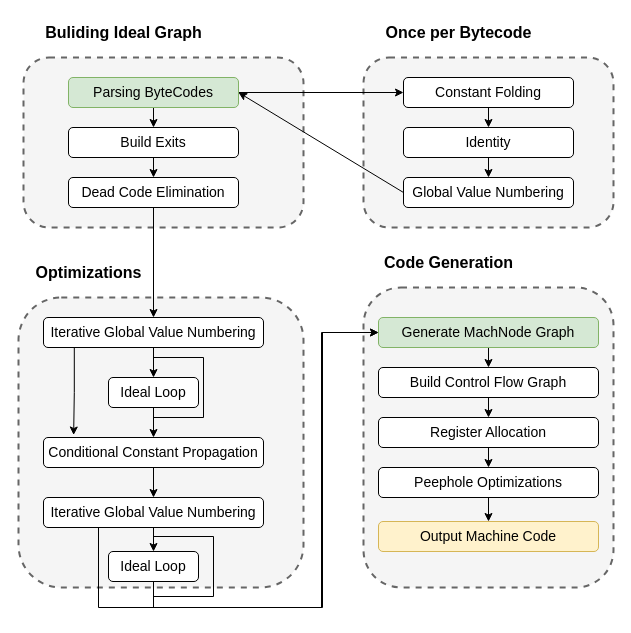
f123888/Draw.IO keeps this draw.io diagram as C2Structure.drawio. Above is the earlier version. Source tidied: cells renumbered, new cells numbered last; positions are measured from the earlier drawing's top-left corner, leaving out a move shared by most shapes. Both pictures are drawn from the tidied source at 100%, with x=0, y=0 at pixel (18, 17).
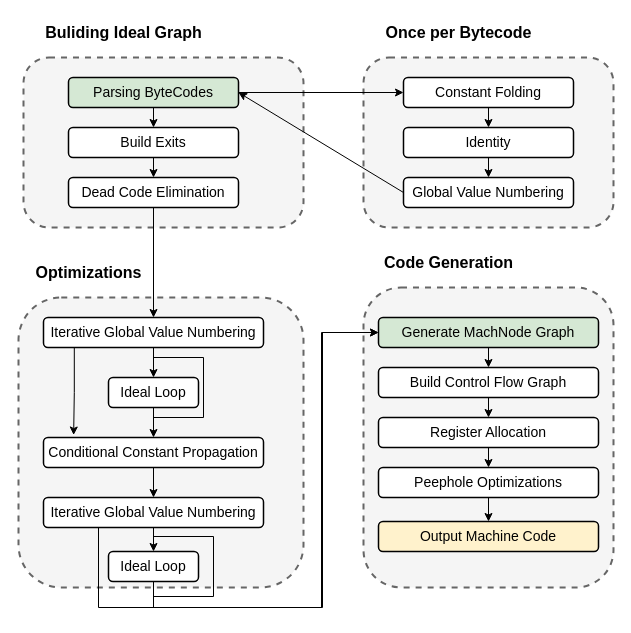
The same page after the edit.

What changed in the source:
```diff
@@
-    <mxCell id="8" value="&lt;font style=&quot;font-size: 14px;&quot;&gt;Parsing ByteCodes&lt;/font&gt;" style="rounded=1;whiteSpace=wrap;html=1;perimeterSpacing=0;glass=0;shadow=0;fillColor=#d5e8d4;strokeColor=#82b366;" parent="1" vertex="1">
+    <mxCell id="8" value="&lt;font style=&quot;font-size: 14px;&quot;&gt;Parsing ByteCodes&lt;/font&gt;" style="rounded=1;whiteSpace=wrap;html=1;perimeterSpacing=0;glass=0;shadow=0;fillColor=#d5e8d4;strokeColor=default;strokeWidth=1.5;" parent="1" vertex="1">
       <mxGeometry x="50" y="60" width="170" height="30" as="geometry" />
     </mxCell>
@@
-    <mxCell id="10" value="&lt;font style=&quot;font-size: 14px;&quot;&gt;Build Exits&lt;/font&gt;" style="rounded=1;whiteSpace=wrap;html=1;perimeterSpacing=0;glass=0;shadow=0;" parent="1" vertex="1">
+    <mxCell id="10" value="&lt;font style=&quot;font-size: 14px;&quot;&gt;Build Exits&lt;/font&gt;" style="rounded=1;whiteSpace=wrap;html=1;perimeterSpacing=0;glass=0;shadow=0;strokeColor=default;strokeWidth=1.5;" parent="1" vertex="1">
       <mxGeometry x="50" y="110" width="170" height="30" as="geometry" />
     </mxCell>
@@
-    <mxCell id="12" value="&lt;font style=&quot;font-size: 14px;&quot;&gt;Dead Code Elimination&lt;/font&gt;" style="rounded=1;whiteSpace=wrap;html=1;perimeterSpacing=0;glass=0;shadow=0;" parent="1" vertex="1">
+    <mxCell id="12" value="&lt;font style=&quot;font-size: 14px;&quot;&gt;Dead Code Elimination&lt;/font&gt;" style="rounded=1;whiteSpace=wrap;html=1;perimeterSpacing=0;glass=0;shadow=0;strokeColor=default;strokeWidth=1.5;" parent="1" vertex="1">
       <mxGeometry x="50" y="160" width="170" height="30" as="geometry" />
     </mxCell>
@@
-    <mxCell id="14" value="&lt;font style=&quot;font-size: 14px;&quot;&gt;Iterative Global Value Numbering&lt;/font&gt;" style="rounded=1;whiteSpace=wrap;html=1;perimeterSpacing=0;glass=0;shadow=0;" parent="1" vertex="1">
+    <mxCell id="14" value="&lt;font style=&quot;font-size: 14px;&quot;&gt;Iterative Global Value Numbering&lt;/font&gt;" style="rounded=1;whiteSpace=wrap;html=1;perimeterSpacing=0;glass=0;shadow=0;strokeWidth=1.5;" parent="1" vertex="1">
       <mxGeometry x="25" y="300" width="220" height="30" as="geometry" />
     </mxCell>
@@
-    <mxCell id="16" value="&lt;font style=&quot;font-size: 14px;&quot;&gt;Ideal Loop&lt;/font&gt;" style="rounded=1;whiteSpace=wrap;html=1;perimeterSpacing=0;glass=0;shadow=0;" parent="1" vertex="1">
+    <mxCell id="16" value="&lt;font style=&quot;font-size: 14px;&quot;&gt;Ideal Loop&lt;/font&gt;" style="rounded=1;whiteSpace=wrap;html=1;perimeterSpacing=0;glass=0;shadow=0;strokeWidth=1.5;" parent="1" vertex="1">
       <mxGeometry x="90" y="360" width="90" height="30" as="geometry" />
     </mxCell>
@@
-    <mxCell id="18" value="&lt;span style=&quot;font-size: 14px;&quot;&gt;Conditional Constant Propagation&lt;/span&gt;" style="rounded=1;whiteSpace=wrap;html=1;perimeterSpacing=0;glass=0;shadow=0;" parent="1" vertex="1">
+    <mxCell id="18" value="&lt;span style=&quot;font-size: 14px;&quot;&gt;Conditional Constant Propagation&lt;/span&gt;" style="rounded=1;whiteSpace=wrap;html=1;perimeterSpacing=0;glass=0;shadow=0;strokeWidth=1.5;" parent="1" vertex="1">
       <mxGeometry x="25" y="420" width="220" height="30" as="geometry" />
     </mxCell>
@@
-    <mxCell id="21" value="&lt;span style=&quot;font-size: 14px;&quot;&gt;Iterative Global Value Numbering&lt;/span&gt;" style="rounded=1;whiteSpace=wrap;html=1;perimeterSpacing=0;glass=0;shadow=0;" parent="1" vertex="1">
+    <mxCell id="21" value="&lt;span style=&quot;font-size: 14px;&quot;&gt;Iterative Global Value Numbering&lt;/span&gt;" style="rounded=1;whiteSpace=wrap;html=1;perimeterSpacing=0;glass=0;shadow=0;strokeWidth=1.5;" parent="1" vertex="1">
       <mxGeometry x="25" y="480" width="220" height="30" as="geometry" />
     </mxCell>
@@
-    <mxCell id="23" value="&lt;font style=&quot;font-size: 14px;&quot;&gt;Ideal Loop&lt;/font&gt;" style="rounded=1;whiteSpace=wrap;html=1;perimeterSpacing=0;glass=0;shadow=0;" parent="1" vertex="1">
+    <mxCell id="23" value="&lt;font style=&quot;font-size: 14px;&quot;&gt;Ideal Loop&lt;/font&gt;" style="rounded=1;whiteSpace=wrap;html=1;perimeterSpacing=0;glass=0;shadow=0;strokeWidth=1.5;" parent="1" vertex="1">
       <mxGeometry x="90" y="534" width="90" height="30" as="geometry" />
     </mxCell>
@@
-    <mxCell id="27" value="&lt;font style=&quot;font-size: 14px;&quot;&gt;Constant Folding&lt;/font&gt;" style="rounded=1;whiteSpace=wrap;html=1;perimeterSpacing=0;glass=0;shadow=0;" parent="1" vertex="1">
+    <mxCell id="27" value="&lt;font style=&quot;font-size: 14px;&quot;&gt;Constant Folding&lt;/font&gt;" style="rounded=1;whiteSpace=wrap;html=1;perimeterSpacing=0;glass=0;shadow=0;strokeColor=default;strokeWidth=1.5;" parent="1" vertex="1">
       <mxGeometry x="385" y="60" width="170" height="30" as="geometry" />
     </mxCell>
@@
-    <mxCell id="29" value="&lt;font style=&quot;font-size: 14px;&quot;&gt;Identity&lt;/font&gt;" style="rounded=1;whiteSpace=wrap;html=1;perimeterSpacing=0;glass=0;shadow=0;" parent="1" vertex="1">
+    <mxCell id="29" value="&lt;font style=&quot;font-size: 14px;&quot;&gt;Identity&lt;/font&gt;" style="rounded=1;whiteSpace=wrap;html=1;perimeterSpacing=0;glass=0;shadow=0;strokeColor=default;strokeWidth=1.5;" parent="1" vertex="1">
       <mxGeometry x="385" y="110" width="170" height="30" as="geometry" />
     </mxCell>
@@
-    <mxCell id="31" value="&lt;font style=&quot;font-size: 14px;&quot;&gt;Global Value Numbering&lt;/font&gt;" style="rounded=1;whiteSpace=wrap;html=1;perimeterSpacing=0;glass=0;shadow=0;" parent="1" vertex="1">
+    <mxCell id="31" value="&lt;font style=&quot;font-size: 14px;&quot;&gt;Global Value Numbering&lt;/font&gt;" style="rounded=1;whiteSpace=wrap;html=1;perimeterSpacing=0;glass=0;shadow=0;strokeColor=default;strokeWidth=1.5;" parent="1" vertex="1">
       <mxGeometry x="385" y="160" width="170" height="30" as="geometry" />
     </mxCell>
@@
-    <mxCell id="33" value="&lt;font style=&quot;font-size: 14px;&quot;&gt;Generate MachNode Graph&lt;/font&gt;" style="rounded=1;whiteSpace=wrap;html=1;perimeterSpacing=0;glass=0;shadow=0;fillColor=#d5e8d4;strokeColor=#82b366;" parent="1" vertex="1">
+    <mxCell id="33" value="&lt;font style=&quot;font-size: 14px;&quot;&gt;Generate MachNode Graph&lt;/font&gt;" style="rounded=1;whiteSpace=wrap;html=1;perimeterSpacing=0;glass=0;shadow=0;fillColor=#d5e8d4;strokeColor=default;strokeWidth=1.5;" parent="1" vertex="1">
       <mxGeometry x="360" y="300" width="220" height="30" as="geometry" />
     </mxCell>
@@
-    <mxCell id="35" value="&lt;font style=&quot;font-size: 14px;&quot;&gt;Build Control Flow Graph&lt;/font&gt;" style="rounded=1;whiteSpace=wrap;html=1;perimeterSpacing=0;glass=0;shadow=0;" parent="1" vertex="1">
+    <mxCell id="35" value="&lt;font style=&quot;font-size: 14px;&quot;&gt;Build Control Flow Graph&lt;/font&gt;" style="rounded=1;whiteSpace=wrap;html=1;perimeterSpacing=0;glass=0;shadow=0;strokeWidth=1.5;" parent="1" vertex="1">
       <mxGeometry x="360" y="350" width="220" height="30" as="geometry" />
     </mxCell>
@@
-    <mxCell id="37" value="&lt;font style=&quot;font-size: 14px;&quot;&gt;Register Allocation&lt;/font&gt;" style="rounded=1;whiteSpace=wrap;html=1;perimeterSpacing=0;glass=0;shadow=0;" parent="1" vertex="1">
+    <mxCell id="37" value="&lt;font style=&quot;font-size: 14px;&quot;&gt;Register Allocation&lt;/font&gt;" style="rounded=1;whiteSpace=wrap;html=1;perimeterSpacing=0;glass=0;shadow=0;strokeWidth=1.5;" parent="1" vertex="1">
       <mxGeometry x="360" y="400" width="220" height="30" as="geometry" />
     </mxCell>
@@
-    <mxCell id="39" value="&lt;font style=&quot;font-size: 14px;&quot;&gt;Peephole Optimizations&lt;/font&gt;" style="rounded=1;whiteSpace=wrap;html=1;perimeterSpacing=0;glass=0;shadow=0;" parent="1" vertex="1">
+    <mxCell id="39" value="&lt;font style=&quot;font-size: 14px;&quot;&gt;Peephole Optimizations&lt;/font&gt;" style="rounded=1;whiteSpace=wrap;html=1;perimeterSpacing=0;glass=0;shadow=0;strokeWidth=1.5;" parent="1" vertex="1">
       <mxGeometry x="360" y="450" width="220" height="30" as="geometry" />
     </mxCell>
-    <mxCell id="40" value="&lt;font style=&quot;font-size: 14px;&quot;&gt;Output Machine Code&lt;/font&gt;" style="rounded=1;whiteSpace=wrap;html=1;perimeterSpacing=0;glass=0;shadow=0;fillColor=#fff2cc;strokeColor=#d6b656;" parent="1" vertex="1">
+    <mxCell id="40" value="&lt;font style=&quot;font-size: 14px;&quot;&gt;Output Machine Code&lt;/font&gt;" style="rounded=1;whiteSpace=wrap;html=1;perimeterSpacing=0;glass=0;shadow=0;fillColor=#fff2cc;strokeColor=default;strokeWidth=1.5;" parent="1" vertex="1">
       <mxGeometry x="360" y="504" width="220" height="30" as="geometry" />
     </mxCell>
```
